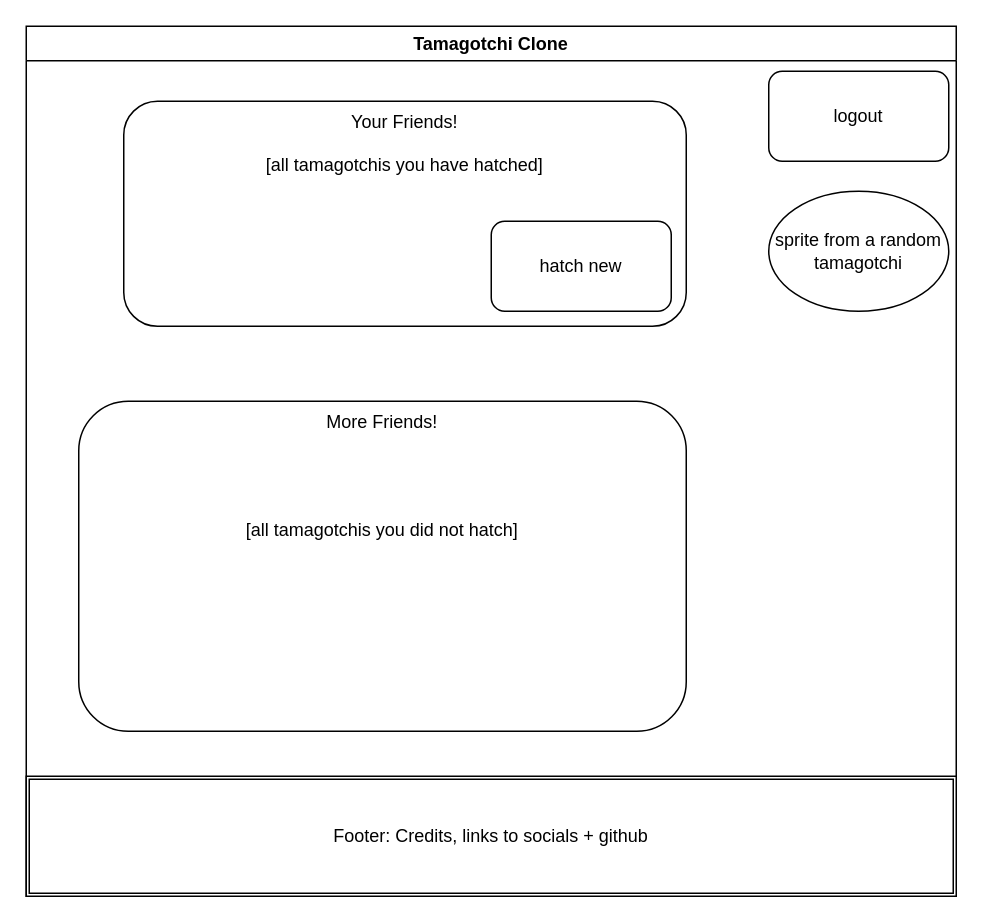
Earlier version of the draw.io diagram page "selectcharacter" (3 of 4) of project-management/wireframes/page-wireframes.drawio (circuitsunfish/tamagotchi). Source tidied: cells renumbered, new cells numbered last; positions are measured from the earlier drawing's top-left corner, leaving out a move shared by most shapes. Both pictures are drawn from the tidied source at 150%, with x=0, y=0 at pixel (26, 26).
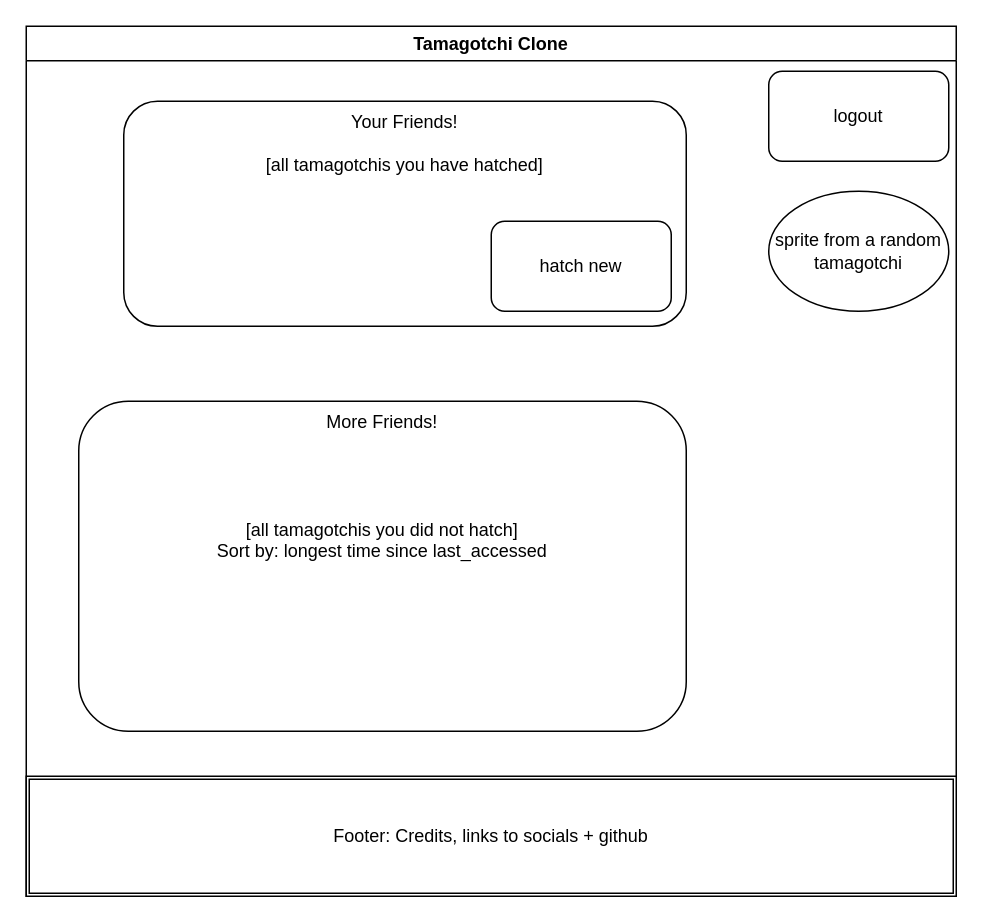
Above is the later version.

Commit message:
react-wireframes ready

Change to the diagram source:
```diff
@@
 <mxGraphModel>
   <root>
     <mxCell id="0" />
     <mxCell id="1" parent="0" />
     <mxCell id="2" value="Tamagotchi Clone" style="swimlane;" parent="1" vertex="1">
       <mxGeometry width="620" height="580" as="geometry" />
     </mxCell>
     <mxCell id="3" value="Footer: Credits, links to socials + github" style="shape=ext;double=1;rounded=0;whiteSpace=wrap;html=1;" parent="2" vertex="1">
       <mxGeometry y="500" width="620" height="80" as="geometry" />
     </mxCell>
     <mxCell id="4" value="logout" style="rounded=1;whiteSpace=wrap;html=1;" parent="2" vertex="1">
       <mxGeometry x="495" y="30" width="120" height="60" as="geometry" />
     </mxCell>
     <mxCell id="5" value="Your Friends!&lt;br&gt;&lt;br&gt;[all tamagotchis you have hatched]" style="rounded=1;whiteSpace=wrap;html=1;verticalAlign=top;" parent="2" vertex="1">
       <mxGeometry x="65" y="50" width="375" height="150" as="geometry" />
     </mxCell>
     <mxCell id="6" value="sprite from a random tamagotchi" style="ellipse;whiteSpace=wrap;html=1;" parent="2" vertex="1">
       <mxGeometry x="495" y="110" width="120" height="80" as="geometry" />
     </mxCell>
     <mxCell id="7" value="hatch new" style="rounded=1;whiteSpace=wrap;html=1;" parent="2" vertex="1">
       <mxGeometry x="310" y="130" width="120" height="60" as="geometry" />
     </mxCell>
-    <mxCell id="8" value="More Friends!&lt;br&gt;&lt;br&gt;&lt;br&gt;&lt;br&gt;&lt;br&gt;[all tamagotchis you did not hatch]" style="rounded=1;whiteSpace=wrap;html=1;verticalAlign=top;" parent="2" vertex="1">
+    <mxCell id="8" value="More Friends!&lt;br&gt;&lt;br&gt;&lt;br&gt;&lt;br&gt;&lt;br&gt;[all tamagotchis you did not hatch]&lt;br&gt;Sort by: longest time since last_accessed" style="rounded=1;whiteSpace=wrap;html=1;verticalAlign=top;" parent="2" vertex="1">
       <mxGeometry x="35" y="250" width="405" height="220" as="geometry" />
     </mxCell>
   </root>
 </mxGraphModel>
```
